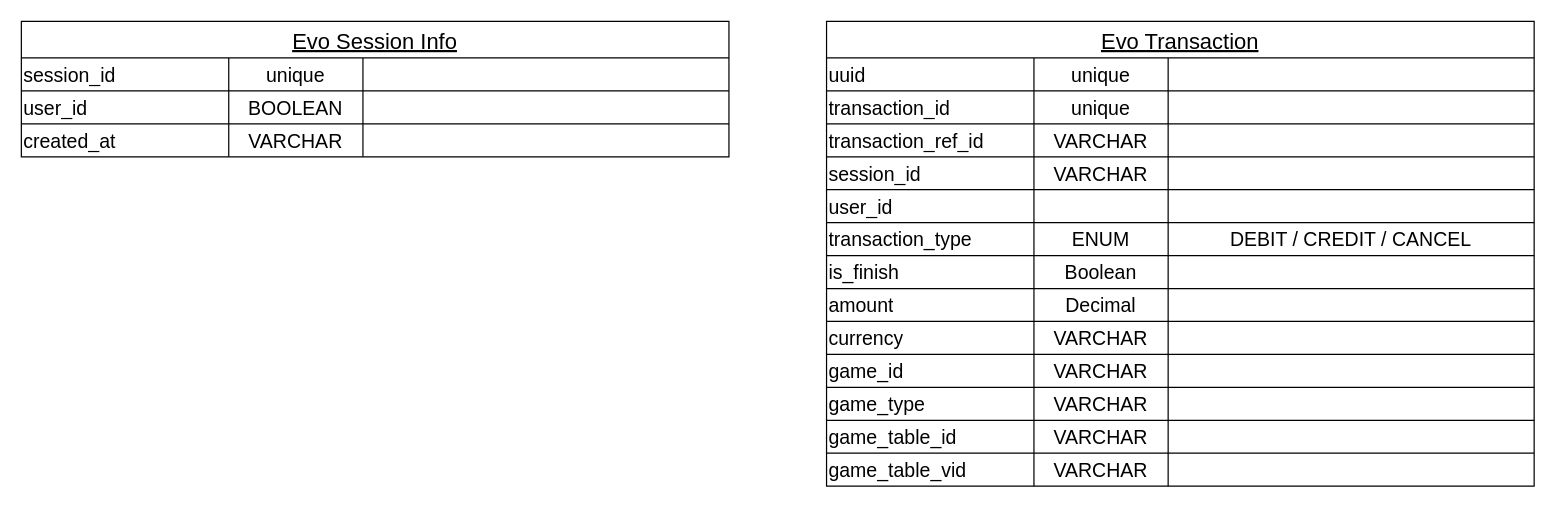
Above: page "GameProvicer" (3 of 3) of db_schema.drawio in j7-dev/F22-BE (draw.io), before the change. Source tidied: cells renumbered, new cells numbered last; positions are measured from the earlier drawing's top-left corner, leaving out a move shared by most shapes. Both pictures are drawn from the tidied source at 122%, with x=0, y=0 at pixel (21, 21).
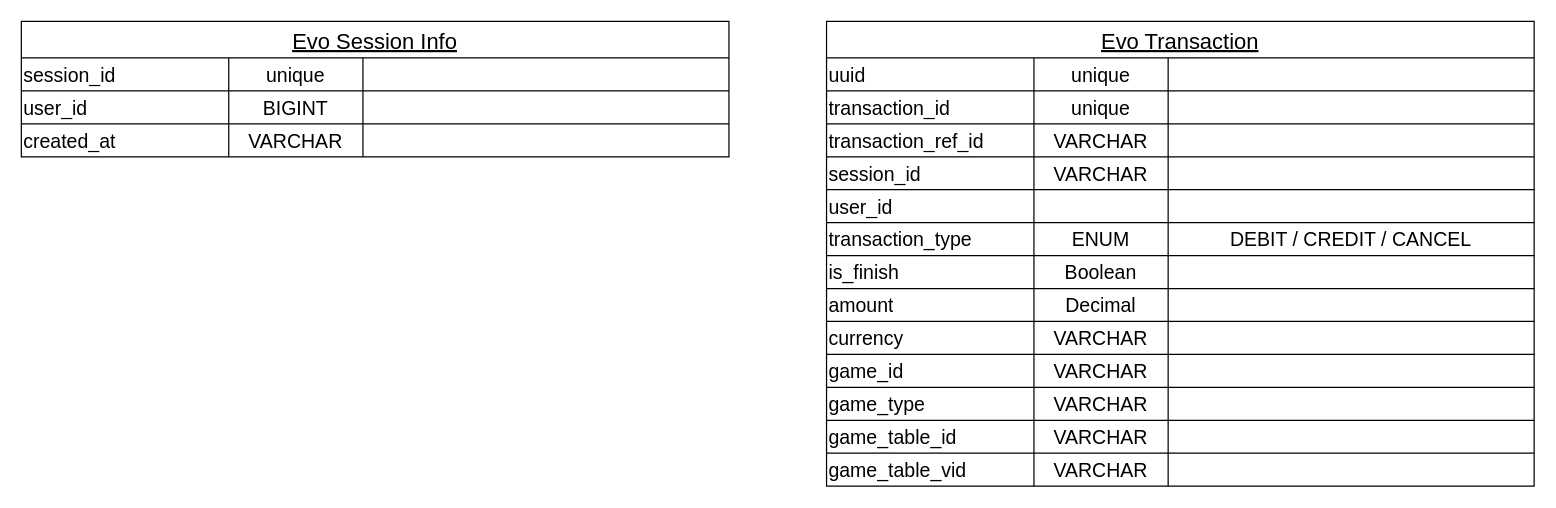
The same diagram, later.

Unchanged cells that the change refers to:
```xml
<mxCell id="7" style="shape=tableRow;horizontal=0;startSize=0;swimlaneHead=0;swimlaneBody=0;strokeColor=inherit;top=0;left=0;bottom=0;right=0;fillColor=none;fontSize=16;" parent="2" vertex="1">
  <mxGeometry y="57" width="580" height="27" as="geometry" />
</mxCell>
```

The edit, as a diff of the source:
```diff
@@
-    <mxCell id="9" value="BOOLEAN" style="shape=partialRectangle;html=1;whiteSpace=wrap;strokeColor=inherit;overflow=hidden;fillColor=none;top=0;left=0;bottom=0;right=0;fontSize=16;" parent="7" vertex="1">
+    <mxCell id="9" value="BIGINT" style="shape=partialRectangle;html=1;whiteSpace=wrap;strokeColor=inherit;overflow=hidden;fillColor=none;top=0;left=0;bottom=0;right=0;fontSize=16;" parent="7" vertex="1">
       <mxGeometry x="170" width="110" height="27" as="geometry" />
     </mxCell>
```
